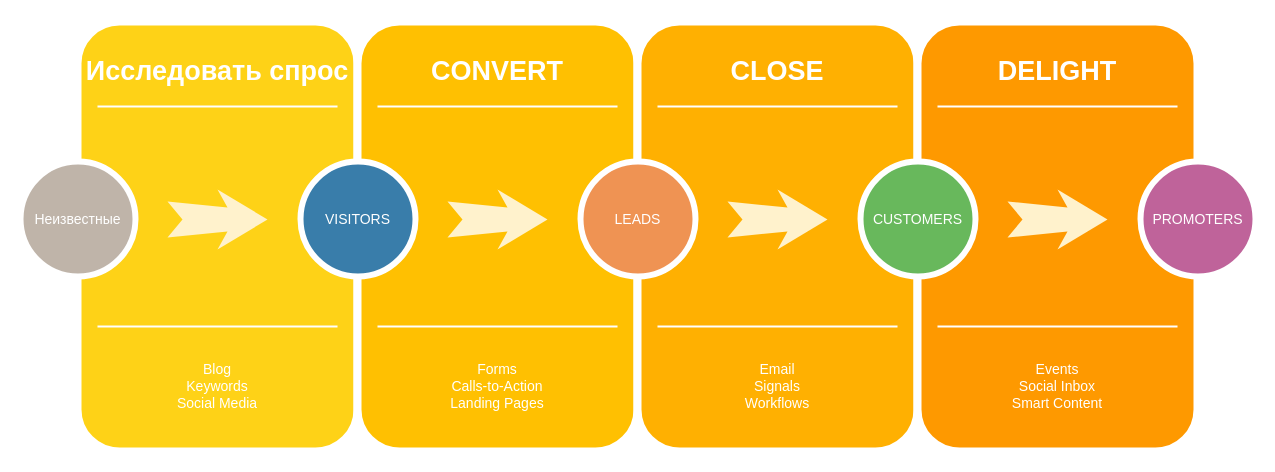
This is Диаграмма без названия.drawio from Eugene-Ternov/AppliedScience, a draw.io file, before an edit. Source tidied: cells renumbered, new cells numbered last; positions are measured from the earlier drawing's top-left corner, leaving out a move shared by most shapes. Both pictures are drawn from the tidied source at 100%, with x=0, y=0 at pixel (20, 21).
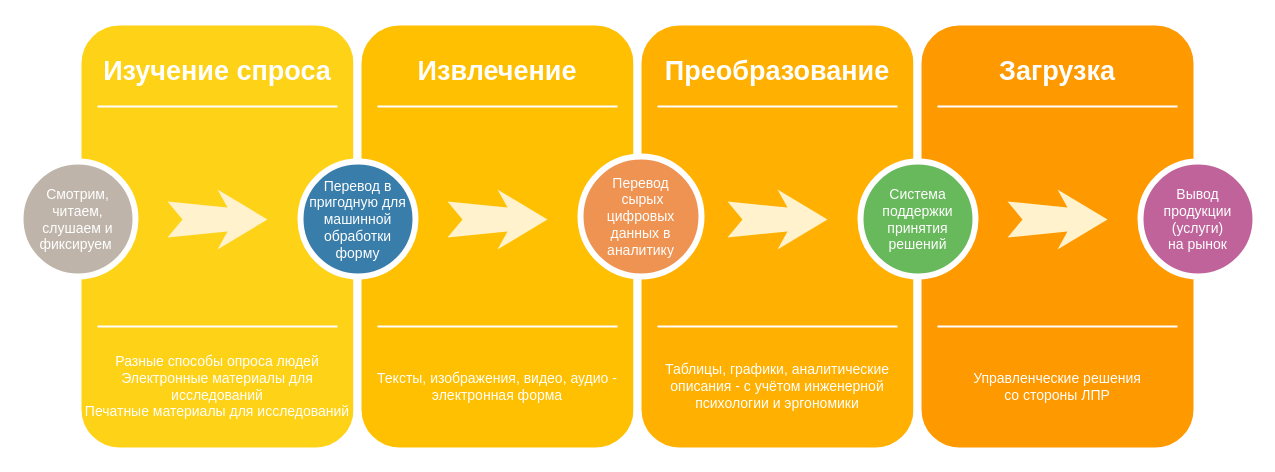
The same page after the edit.

Diff of the diagram source:
```diff
@@
-    <mxCell id="3" value="Исследовать спрос" style="text;html=1;strokeColor=none;fillColor=none;align=center;verticalAlign=middle;whiteSpace=wrap;rounded=0;shadow=0;fontSize=27;fontColor=#FFFFFF;fontStyle=1;" parent="1" vertex="1">
+    <mxCell id="3" value="Изучение спроса" style="text;html=1;strokeColor=none;fillColor=none;align=center;verticalAlign=middle;whiteSpace=wrap;rounded=0;shadow=0;fontSize=27;fontColor=#FFFFFF;fontStyle=1;" parent="1" vertex="1">
       <mxGeometry x="57" y="20" width="280" height="60" as="geometry" />
     </mxCell>
-    <mxCell id="4" value="Blog&lt;div&gt;Keywords&lt;/div&gt;&lt;div&gt;Social Media&lt;/div&gt;" style="text;html=1;strokeColor=none;fillColor=none;align=center;verticalAlign=middle;whiteSpace=wrap;rounded=0;shadow=0;fontSize=14;fontColor=#FFFFFF;" parent="1" vertex="1">
+    <mxCell id="4" value="Разные способы опроса людей&lt;div&gt;Электронные материалы для исследований&lt;/div&gt;&lt;div&gt;Печатные материалы для исследований&lt;/div&gt;" style="text;html=1;strokeColor=none;fillColor=none;align=center;verticalAlign=middle;whiteSpace=wrap;rounded=0;shadow=0;fontSize=14;fontColor=#FFFFFF;" parent="1" vertex="1">
       <mxGeometry x="57" y="320" width="280" height="90" as="geometry" />
     </mxCell>
@@
-    <mxCell id="7" value="Неизвестные" style="ellipse;whiteSpace=wrap;html=1;rounded=0;shadow=0;strokeWidth=6;fontSize=14;align=center;fillColor=#BFB4A9;strokeColor=#FFFFFF;fontColor=#FFFFFF;" parent="1" vertex="1">
+    <mxCell id="7" value="Смотрим, читаем,&lt;br&gt;слушаем и&lt;br&gt;фиксируем&amp;nbsp;" style="ellipse;whiteSpace=wrap;html=1;rounded=0;shadow=0;strokeWidth=6;fontSize=14;align=center;fillColor=#BFB4A9;strokeColor=#FFFFFF;fontColor=#FFFFFF;" parent="1" vertex="1">
       <mxGeometry y="140" width="115" height="115" as="geometry" />
     </mxCell>
@@
-    <mxCell id="10" value="CONVERT" style="text;html=1;strokeColor=none;fillColor=none;align=center;verticalAlign=middle;whiteSpace=wrap;rounded=0;shadow=0;fontSize=27;fontColor=#FFFFFF;fontStyle=1;" parent="1" vertex="1">
+    <mxCell id="10" value="Извлечение" style="text;html=1;strokeColor=none;fillColor=none;align=center;verticalAlign=middle;whiteSpace=wrap;rounded=0;shadow=0;fontSize=27;fontColor=#FFFFFF;fontStyle=1;" parent="1" vertex="1">
       <mxGeometry x="337" y="20" width="280" height="60" as="geometry" />
     </mxCell>
-    <mxCell id="11" value="Forms&lt;div&gt;Calls-to-Action&lt;/div&gt;&lt;div&gt;Landing Pages&lt;/div&gt;" style="text;html=1;strokeColor=none;fillColor=none;align=center;verticalAlign=middle;whiteSpace=wrap;rounded=0;shadow=0;fontSize=14;fontColor=#FFFFFF;" parent="1" vertex="1">
+    <mxCell id="11" value="Тексты, изображения, видео, аудио -&lt;br&gt;электронная форма" style="text;html=1;strokeColor=none;fillColor=none;align=center;verticalAlign=middle;whiteSpace=wrap;rounded=0;shadow=0;fontSize=14;fontColor=#FFFFFF;" parent="1" vertex="1">
       <mxGeometry x="337" y="320" width="280" height="90" as="geometry" />
     </mxCell>
@@
-    <mxCell id="14" value="VISITORS" style="ellipse;whiteSpace=wrap;html=1;rounded=0;shadow=0;strokeWidth=6;fontSize=14;align=center;fillColor=#397DAA;strokeColor=#FFFFFF;fontColor=#FFFFFF;" parent="1" vertex="1">
+    <mxCell id="14" value="Перевод в пригодную для машинной обработки форму" style="ellipse;whiteSpace=wrap;html=1;rounded=0;shadow=0;strokeWidth=6;fontSize=14;align=center;fillColor=#397DAA;strokeColor=#FFFFFF;fontColor=#FFFFFF;" parent="1" vertex="1">
       <mxGeometry x="280" y="140" width="115" height="115" as="geometry" />
     </mxCell>
@@
-    <mxCell id="17" value="CLOSE" style="text;html=1;strokeColor=none;fillColor=none;align=center;verticalAlign=middle;whiteSpace=wrap;rounded=0;shadow=0;fontSize=27;fontColor=#FFFFFF;fontStyle=1;" parent="1" vertex="1">
+    <mxCell id="17" value="Преобразование" style="text;html=1;strokeColor=none;fillColor=none;align=center;verticalAlign=middle;whiteSpace=wrap;rounded=0;shadow=0;fontSize=27;fontColor=#FFFFFF;fontStyle=1;" parent="1" vertex="1">
       <mxGeometry x="617" y="20" width="280" height="60" as="geometry" />
     </mxCell>
-    <mxCell id="18" value="Email&lt;div&gt;Signals&lt;/div&gt;&lt;div&gt;Workflows&lt;/div&gt;" style="text;html=1;strokeColor=none;fillColor=none;align=center;verticalAlign=middle;whiteSpace=wrap;rounded=0;shadow=0;fontSize=14;fontColor=#FFFFFF;" parent="1" vertex="1">
+    <mxCell id="18" value="Таблицы, графики, аналитические описания - с учётом инженерной психологии и эргономики" style="text;html=1;strokeColor=none;fillColor=none;align=center;verticalAlign=middle;whiteSpace=wrap;rounded=0;shadow=0;fontSize=14;fontColor=#FFFFFF;" parent="1" vertex="1">
       <mxGeometry x="617" y="320" width="280" height="90" as="geometry" />
     </mxCell>
@@
-    <mxCell id="21" value="LEADS" style="ellipse;whiteSpace=wrap;html=1;rounded=0;shadow=0;strokeWidth=6;fontSize=14;align=center;fillColor=#EF9353;strokeColor=#FFFFFF;fontColor=#FFFFFF;" parent="1" vertex="1">
-      <mxGeometry x="560" y="140" width="115" height="115" as="geometry" />
+    <mxCell id="21" value="Перевод&lt;br&gt;&amp;nbsp;сырых &lt;br&gt;цифровых данных в аналитику" style="ellipse;whiteSpace=wrap;html=1;rounded=0;shadow=0;strokeWidth=6;fontSize=14;align=center;fillColor=#EF9353;strokeColor=#FFFFFF;fontColor=#FFFFFF;" parent="1" vertex="1">
+      <mxGeometry x="560" y="135" width="121" height="120" as="geometry" />
     </mxCell>
@@
-    <mxCell id="24" value="DELIGHT" style="text;html=1;strokeColor=none;fillColor=none;align=center;verticalAlign=middle;whiteSpace=wrap;rounded=0;shadow=0;fontSize=27;fontColor=#FFFFFF;fontStyle=1;" parent="1" vertex="1">
+    <mxCell id="24" value="Загрузка" style="text;html=1;strokeColor=none;fillColor=none;align=center;verticalAlign=middle;whiteSpace=wrap;rounded=0;shadow=0;fontSize=27;fontColor=#FFFFFF;fontStyle=1;" parent="1" vertex="1">
       <mxGeometry x="897" y="20" width="280" height="60" as="geometry" />
     </mxCell>
-    <mxCell id="25" value="Events&lt;div&gt;Social Inbox&lt;/div&gt;&lt;div&gt;Smart Content&lt;/div&gt;" style="text;html=1;strokeColor=none;fillColor=none;align=center;verticalAlign=middle;whiteSpace=wrap;rounded=0;shadow=0;fontSize=14;fontColor=#FFFFFF;" parent="1" vertex="1">
+    <mxCell id="25" value="Управленческие решения &lt;br&gt;со стороны ЛПР" style="text;html=1;strokeColor=none;fillColor=none;align=center;verticalAlign=middle;whiteSpace=wrap;rounded=0;shadow=0;fontSize=14;fontColor=#FFFFFF;" parent="1" vertex="1">
       <mxGeometry x="897" y="320" width="280" height="90" as="geometry" />
     </mxCell>
@@
-    <mxCell id="28" value="CUSTOMERS" style="ellipse;whiteSpace=wrap;html=1;rounded=0;shadow=0;strokeWidth=6;fontSize=14;align=center;fillColor=#68B85C;strokeColor=#FFFFFF;fontColor=#FFFFFF;" parent="1" vertex="1">
+    <mxCell id="28" value="Система поддержки принятия решений" style="ellipse;whiteSpace=wrap;html=1;rounded=0;shadow=0;strokeWidth=6;fontSize=14;align=center;fillColor=#68B85C;strokeColor=#FFFFFF;fontColor=#FFFFFF;" parent="1" vertex="1">
       <mxGeometry x="840" y="140" width="115" height="115" as="geometry" />
     </mxCell>
@@
-    <mxCell id="30" value="PROMOTERS" style="ellipse;whiteSpace=wrap;html=1;rounded=0;shadow=0;strokeWidth=6;fontSize=14;align=center;fillColor=#BF639A;strokeColor=#FFFFFF;fontColor=#FFFFFF;" parent="1" vertex="1">
+    <mxCell id="30" value="Вывод&lt;br&gt;продукции&lt;br&gt;(услуги)&lt;br&gt;на рынок" style="ellipse;whiteSpace=wrap;html=1;rounded=0;shadow=0;strokeWidth=6;fontSize=14;align=center;fillColor=#BF639A;strokeColor=#FFFFFF;fontColor=#FFFFFF;" parent="1" vertex="1">
       <mxGeometry x="1120" y="140" width="115" height="115" as="geometry" />
     </mxCell>
```
